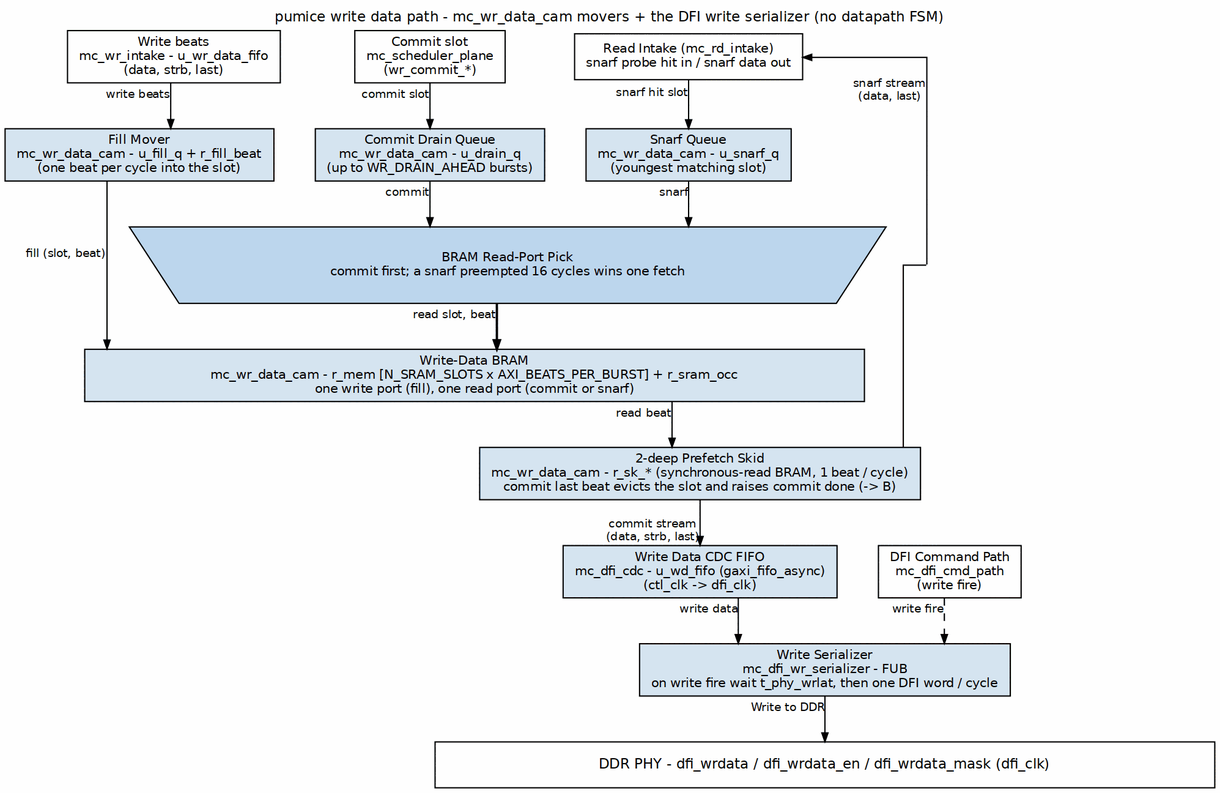
This is projects/components/mem-ctrl-ip/research-ip/pumice-ddr2-lpddr2/docs/pumice_mas/assets/graphviz/15_wr_data_path.png from sean-galloway/RTLDesignSherpa, a Graphviz export, as it was before one commit. Its source is kept beside it as projects/components/mem-ctrl-ip/research-ip/pumice-ddr2-lpddr2/docs/pumice_mas/assets/graphviz/15_wr_data_path.dot. The source it was exported from:
```dot
digraph wr_data_path {
    graph [rankdir=TB, bgcolor="white", fontname="Helvetica", fontsize=11,
           nodesep="0.45", ranksep="0.50", splines=ortho,
           label="pumice write data path - mc_wr_data_cam movers + the DFI write serializer (no datapath FSM)",
           labelloc=t, labeljust=c];
    node  [fontname="Helvetica", fontsize=10, shape=box, style=filled,
           fillcolor="#D6E4F0", color="black", margin="0.12,0.06"];
    edge  [fontname="Helvetica", fontsize=9, color="black", arrowsize=0.7];

    p_w   [label="Write beats\nmc_wr_intake - u_wr_data_fifo\n(data, strb, last)", fillcolor="white"];
    p_cm  [label="Commit slot\nmc_scheduler_plane\n(wr_commit_*)", fillcolor="white"];
    p_sn  [label="Read Intake (mc_rd_intake)\nsnarf probe hit in / snarf data out", fillcolor="white"];

    fill  [label="Fill Mover\nmc_wr_data_cam - u_fill_q + r_fill_beat\n(one beat per cycle into the slot)"];
    dq    [label="Commit Drain Queue\nmc_wr_data_cam - u_drain_q\n(up to WR_DRAIN_AHEAD bursts)"];
    sq    [label="Snarf Queue\nmc_wr_data_cam - u_snarf_q\n(youngest matching slot)"];

    pick  [label="BRAM Read-Port Pick\ncommit first; a snarf preempted 16 cycles wins one fetch",
           shape=polygon, sides=4, distortion=0.10, width=5.6, height=0.55, fillcolor="#BDD7EE"];

    mem   [label="Write-Data BRAM\nmc_wr_data_cam - r_mem [N_SRAM_SLOTS x AXI_BEATS_PER_BURST] + r_sram_occ\none write port (fill), one read port (commit or snarf)",
           width=8.5];

    skid  [label="2-deep Prefetch Skid\nmc_wr_data_cam - r_sk_* (synchronous-read BRAM, 1 beat / cycle)\ncommit last beat evicts the slot and raises commit done (-> B)"];

    cdc   [label="Write Data CDC FIFO\nmc_dfi_cdc - u_wd_fifo (gaxi_fifo_async)\n(ctl_clk -> dfi_clk)"];
    fire  [label="DFI Command Path\nmc_dfi_cmd_path\n(write fire)", fillcolor="white"];
    ser   [label="Write Serializer\nmc_dfi_wr_serializer - FUB\non write fire wait t_phy_wrlat, then one DFI word / cycle"];

    phy   [label="DDR PHY - dfi_wrdata / dfi_wrdata_en / dfi_wrdata_mask (dfi_clk)",
           fillcolor="white", width=8.5, height=0.5, fontsize=11];

    p_w  -> fill [xlabel="write beats"];
    fill -> mem  [xlabel="fill (slot, beat)"];

    p_cm -> dq   [xlabel="commit slot"];
    p_sn -> sq   [xlabel="snarf hit slot"];
    dq   -> pick [xlabel="commit"];
    sq   -> pick [xlabel="snarf"];
    pick -> mem  [penwidth=1.8, xlabel="read slot, beat"];

    mem  -> skid [xlabel="read beat"];
    skid -> cdc  [xlabel="commit stream\n(data, strb, last)"];
    cdc  -> ser  [xlabel="write data"];
    ser  -> phy  [xlabel="Write to DDR"];
    fire -> ser  [style=dashed, xlabel="write fire"];
    p_sn -> x_sn [dir=back, xlabel="snarf stream\n(data, last)"];
    x_sn -> skid [dir=none];

    x_sn [shape=point, width=0.01, height=0.01, label="", style=invis];

    { rank=same; p_w; p_cm; p_sn; }
    { rank=same; fill; dq; sq; }
    { rank=same; x_sn; pick; }
    { rank=same; cdc; fire; }
    p_w -> p_cm -> p_sn [style=invis];
    fill -> dq -> sq [style=invis];
    pick -> x_sn [style=invis];
    cdc -> fire [style=invis];
}
```
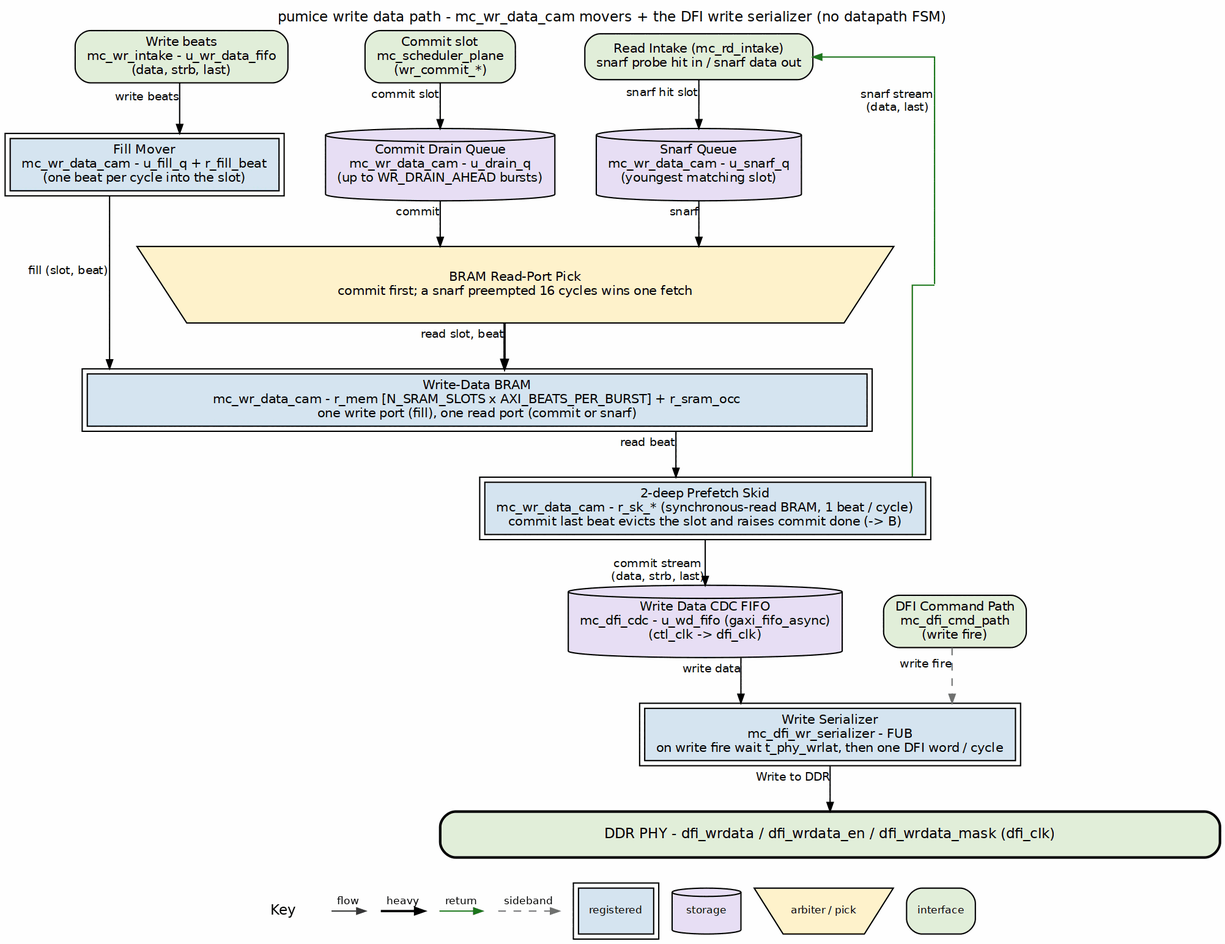
The same file after the commit.

Diff of the diagram source:
```diff
@@ -4,31 +4,31 @@
            label="pumice write data path - mc_wr_data_cam movers + the DFI write serializer (no datapath FSM)",
            labelloc=t, labeljust=c];
     node  [fontname="Helvetica", fontsize=10, shape=box, style=filled,
-           fillcolor="#D6E4F0", color="black", margin="0.12,0.06"];
+           fillcolor="white", color="black", margin="0.12,0.06"];
     edge  [fontname="Helvetica", fontsize=9, color="black", arrowsize=0.7];
 
-    p_w   [label="Write beats\nmc_wr_intake - u_wr_data_fifo\n(data, strb, last)", fillcolor="white"];
-    p_cm  [label="Commit slot\nmc_scheduler_plane\n(wr_commit_*)", fillcolor="white"];
-    p_sn  [label="Read Intake (mc_rd_intake)\nsnarf probe hit in / snarf data out", fillcolor="white"];
+    p_w   [label="Write beats\nmc_wr_intake - u_wr_data_fifo\n(data, strb, last)", fillcolor="white", style="rounded,filled", fillcolor="#E2EFDA"];
+    p_cm  [label="Commit slot\nmc_scheduler_plane\n(wr_commit_*)", fillcolor="white", style="rounded,filled", fillcolor="#E2EFDA"];
+    p_sn  [label="Read Intake (mc_rd_intake)\nsnarf probe hit in / snarf data out", fillcolor="white", style="rounded,filled", fillcolor="#E2EFDA"];
 
-    fill  [label="Fill Mover\nmc_wr_data_cam - u_fill_q + r_fill_beat\n(one beat per cycle into the slot)"];
-    dq    [label="Commit Drain Queue\nmc_wr_data_cam - u_drain_q\n(up to WR_DRAIN_AHEAD bursts)"];
-    sq    [label="Snarf Queue\nmc_wr_data_cam - u_snarf_q\n(youngest matching slot)"];
+    fill  [label="Fill Mover\nmc_wr_data_cam - u_fill_q + r_fill_beat\n(one beat per cycle into the slot)", peripheries=2, style="filled", fillcolor="#D6E4F0"];
+    dq    [label="Commit Drain Queue\nmc_wr_data_cam - u_drain_q\n(up to WR_DRAIN_AHEAD bursts)", shape=cylinder, style="filled", fillcolor="#E8DFF5"];
+    sq    [label="Snarf Queue\nmc_wr_data_cam - u_snarf_q\n(youngest matching slot)", shape=cylinder, style="filled", fillcolor="#E8DFF5"];
 
     pick  [label="BRAM Read-Port Pick\ncommit first; a snarf preempted 16 cycles wins one fetch",
-           shape=polygon, sides=4, distortion=0.10, width=5.6, height=0.55, fillcolor="#BDD7EE"];
+           shape=polygon, sides=4, distortion=0.10, width=5.6, height=0.55, fillcolor="#BDD7EE", style="filled", fillcolor="#FFF2CC"];
 
     mem   [label="Write-Data BRAM\nmc_wr_data_cam - r_mem [N_SRAM_SLOTS x AXI_BEATS_PER_BURST] + r_sram_occ\none write port (fill), one read port (commit or snarf)",
-           width=8.5];
+           width=8.5, peripheries=2, style="filled", fillcolor="#D6E4F0"];
 
-    skid  [label="2-deep Prefetch Skid\nmc_wr_data_cam - r_sk_* (synchronous-read BRAM, 1 beat / cycle)\ncommit last beat evicts the slot and raises commit done (-> B)"];
+    skid  [label="2-deep Prefetch Skid\nmc_wr_data_cam - r_sk_* (synchronous-read BRAM, 1 beat / cycle)\ncommit last beat evicts the slot and raises commit done (-> B)", peripheries=2, style="filled", fillcolor="#D6E4F0"];
 
-    cdc   [label="Write Data CDC FIFO\nmc_dfi_cdc - u_wd_fifo (gaxi_fifo_async)\n(ctl_clk -> dfi_clk)"];
-    fire  [label="DFI Command Path\nmc_dfi_cmd_path\n(write fire)", fillcolor="white"];
-    ser   [label="Write Serializer\nmc_dfi_wr_serializer - FUB\non write fire wait t_phy_wrlat, then one DFI word / cycle"];
+    cdc   [label="Write Data CDC FIFO\nmc_dfi_cdc - u_wd_fifo (gaxi_fifo_async)\n(ctl_clk -> dfi_clk)", shape=cylinder, style="filled", fillcolor="#E8DFF5"];
+    fire  [label="DFI Command Path\nmc_dfi_cmd_path\n(write fire)", fillcolor="white", style="rounded,filled", fillcolor="#E2EFDA"];
+    ser   [label="Write Serializer\nmc_dfi_wr_serializer - FUB\non write fire wait t_phy_wrlat, then one DFI word / cycle", peripheries=2, style="filled", fillcolor="#D6E4F0"];
 
     phy   [label="DDR PHY - dfi_wrdata / dfi_wrdata_en / dfi_wrdata_mask (dfi_clk)",
-           fillcolor="white", width=8.5, height=0.5, fontsize=11];
+           fillcolor="white", width=8.5, height=0.5, fontsize=11, style="rounded,filled,bold", fillcolor="#E2EFDA"];
 
     p_w  -> fill [xlabel="write beats"];
     fill -> mem  [xlabel="fill (slot, beat)"];
@@ -43,9 +43,9 @@
     skid -> cdc  [xlabel="commit stream\n(data, strb, last)"];
     cdc  -> ser  [xlabel="write data"];
     ser  -> phy  [xlabel="Write to DDR"];
-    fire -> ser  [style=dashed, xlabel="write fire"];
-    p_sn -> x_sn [dir=back, xlabel="snarf stream\n(data, last)"];
-    x_sn -> skid [dir=none];
+    fire -> ser  [style=dashed, color="#777777", xlabel="write fire"];
+    p_sn -> x_sn [color="#1A7A1A", dir=back, xlabel="snarf stream\n(data, last)"];
+    x_sn -> skid [color="#1A7A1A", dir=none];
 
     x_sn [shape=point, width=0.01, height=0.01, label="", style=invis];
 
```
